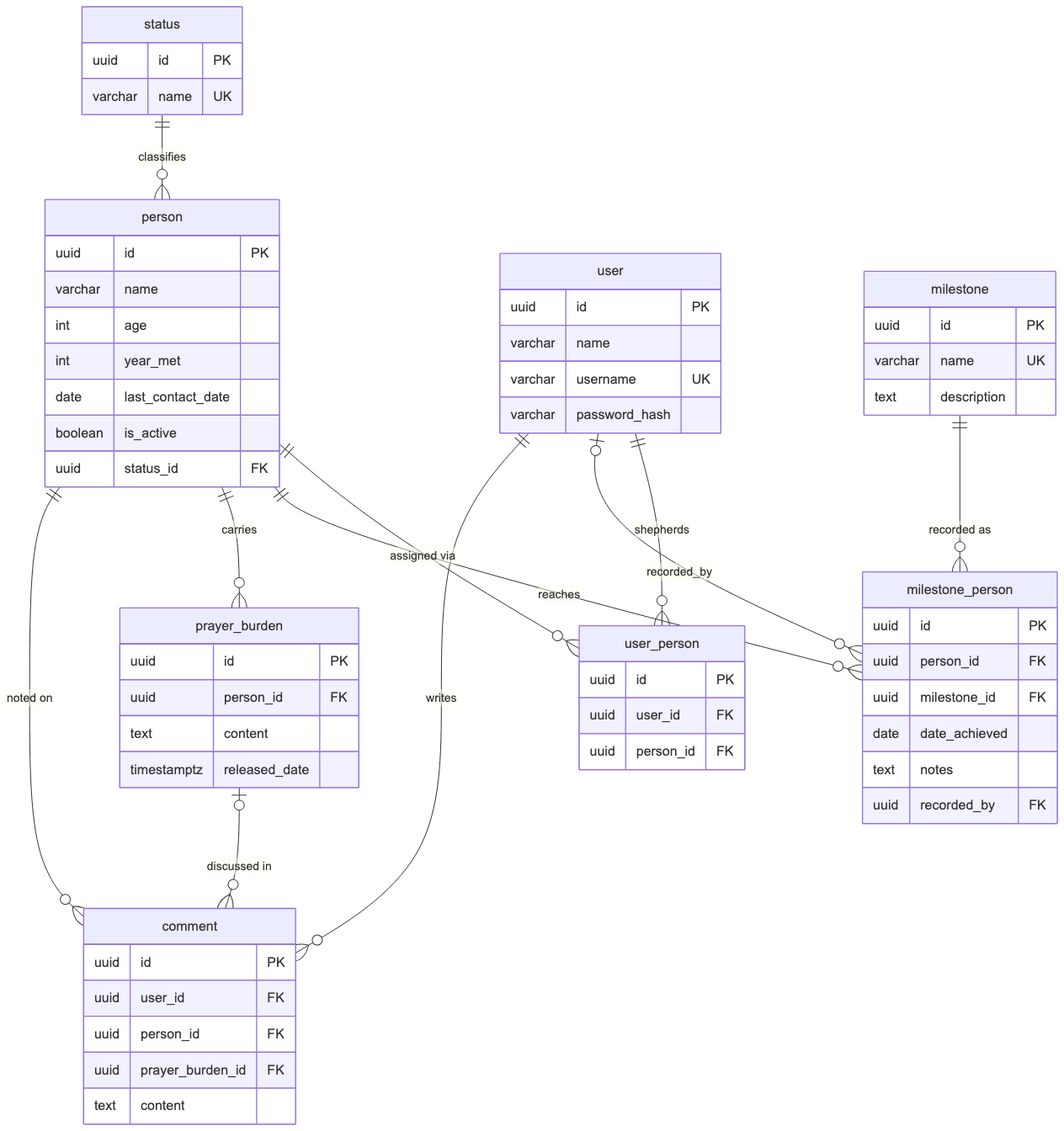
The Mermaid diagram docs/diagrams/schema.png in CocoaCommander/shepherd-my-sheep, before a commit. Its source is kept beside it as docs/diagrams/schema.mmd.
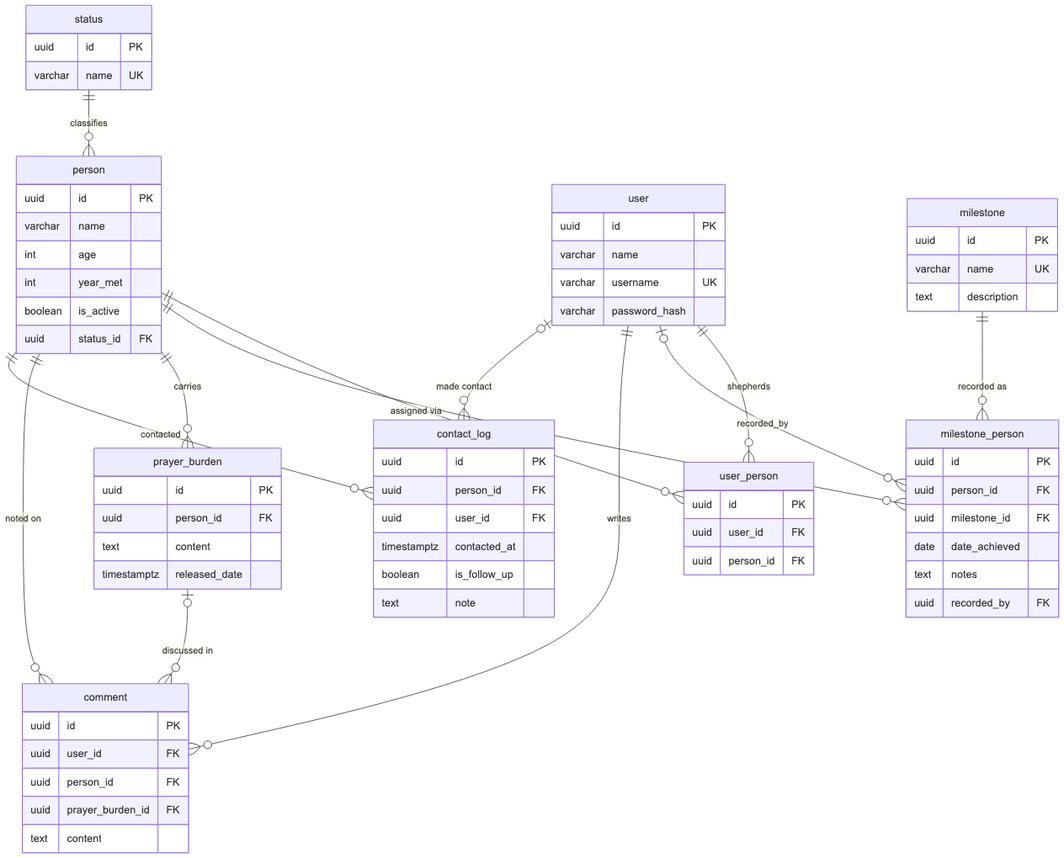
The same diagram one commit later.

Diff of the diagram source:
```diff
@@ -12,6 +12,9 @@
     person ||--o{ comment : "noted on"
     user ||--o{ comment : "writes"
     prayer_burden |o--o{ comment : "discussed in"
+
+    person ||--o{ contact_log : "contacted"
+    user |o--o{ contact_log : "made contact"
 
     status {
         uuid id PK
@@ -33,7 +36,6 @@
         varchar name
         int age
         int year_met
-        date last_contact_date
         boolean is_active
         uuid status_id FK
     }
@@ -63,3 +65,11 @@
         uuid prayer_burden_id FK
         text content
     }
+    contact_log {
+        uuid id PK
+        uuid person_id FK
+        uuid user_id FK
+        timestamptz contacted_at
+        boolean is_follow_up
+        text note
+    }
```
